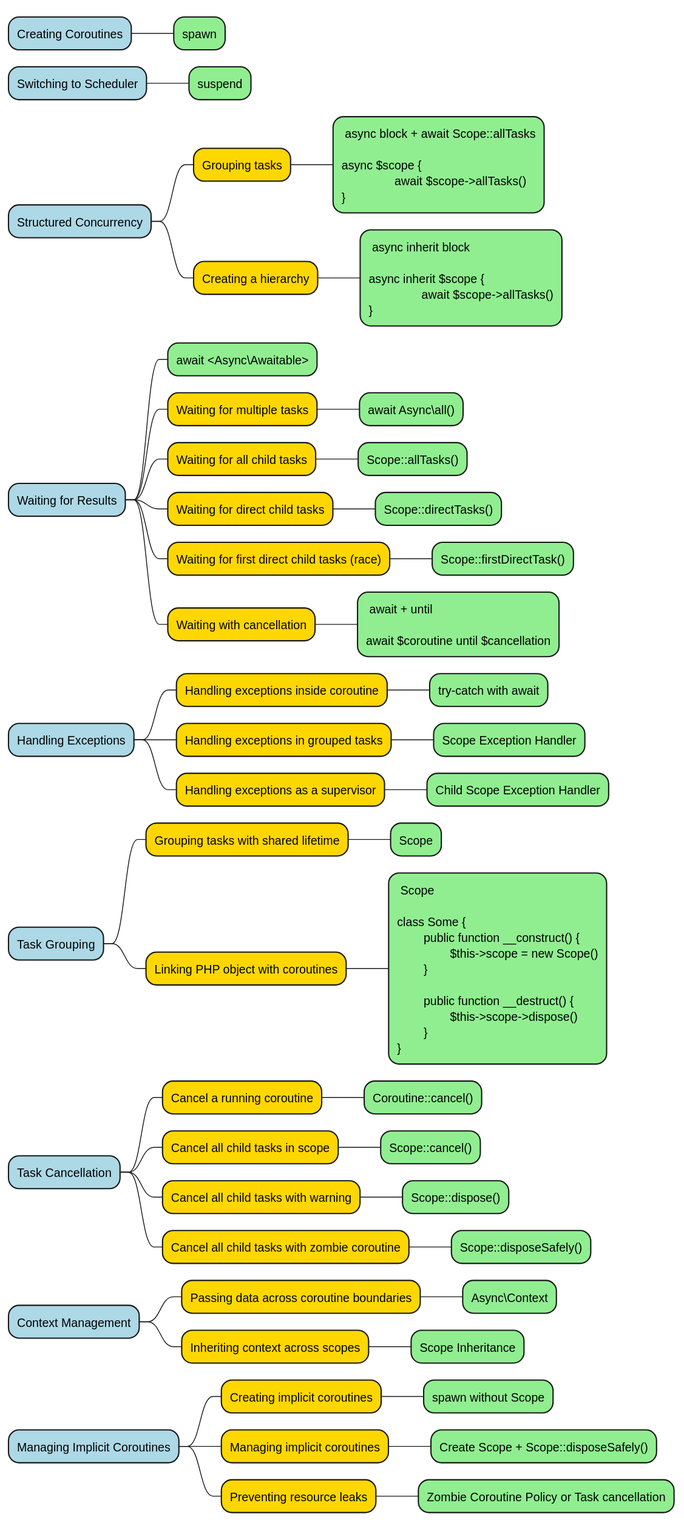
Before: diagrams/mind-map.svg, a diagram exported from PlantUML (true-async/php-true-async-rfc).
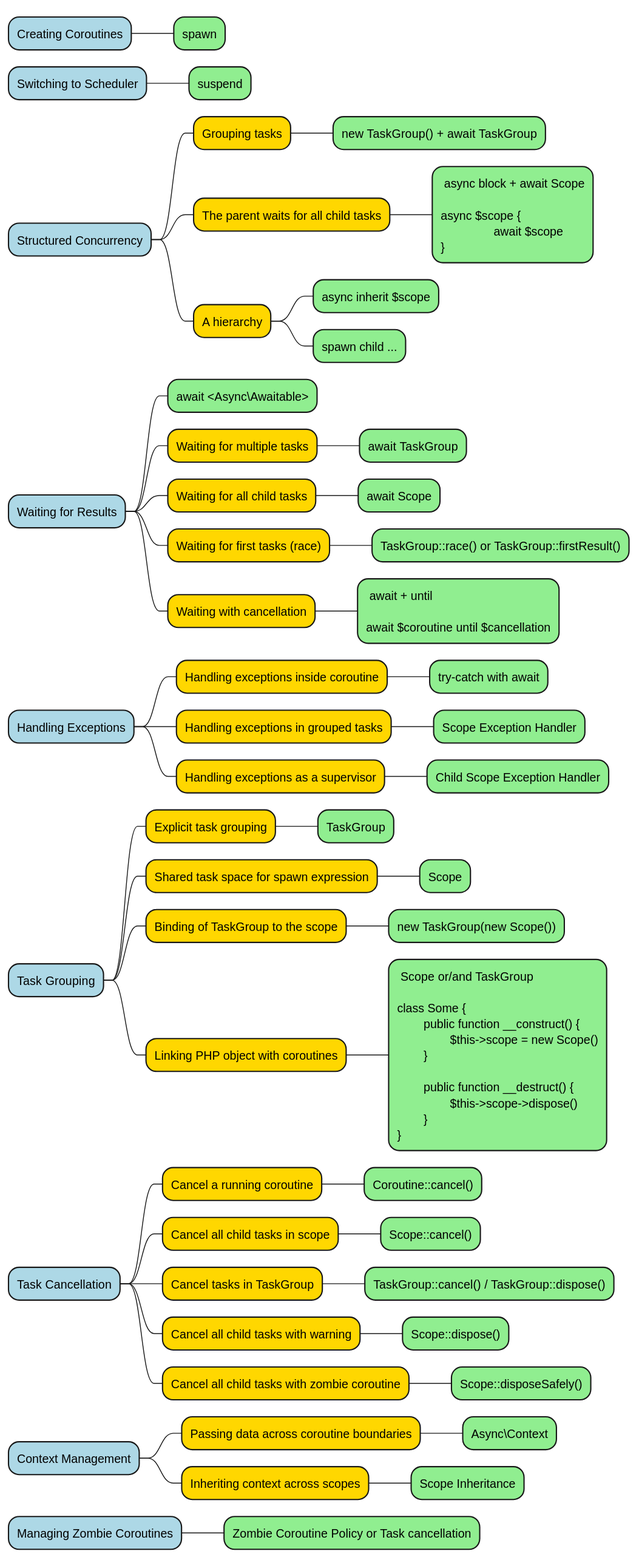
The same file after the commit.

Commit message:
Update mind-map.puml and mind-map.svg to enhance TaskGroup usage; clarify task grouping and hierarchy concepts

Change to the diagram source:
```diff
@@ -5,27 +5,24 @@
 **[#lightgreen] suspend
 *[#lightblue] Structured Concurrency
 **[#FFD700] Grouping tasks
-***[#lightgreen]: async block + await Scope::allTasks
+***[#lightgreen] new TaskGroup() + await TaskGroup
+**[#FFD700] The parent waits for all child tasks
+***[#lightgreen]: async block + await Scope
 
 async $scope {
-		await $scope->allTasks()
+		await $scope
 };
-**[#FFD700] Creating a hierarchy
-***[#lightgreen]: async inherit block
-
-async inherit $scope {
-		await $scope->allTasks()
-};
+**[#FFD700] A hierarchy
+***[#lightgreen] async inherit $scope
+***[#lightgreen] spawn child ...
 *[#lightblue] Waiting for Results
 **[#lightgreen] await <Async\Awaitable>
 **[#FFD700] Waiting for multiple tasks
-***[#lightgreen] await Async\all()
+***[#lightgreen] await TaskGroup
 **[#FFD700] Waiting for all child tasks
-***[#lightgreen] Scope::allTasks()
-**[#FFD700] Waiting for direct child tasks
-***[#lightgreen] Scope::directTasks()
-**[#FFD700] Waiting for first direct child tasks (race)
-***[#lightgreen] Scope::firstDirectTask()
+***[#lightgreen] await Scope
+**[#FFD700] Waiting for first tasks (race)
+***[#lightgreen] TaskGroup::race() or TaskGroup::firstResult()
 **[#FFD700] Waiting with cancellation
 ***[#lightgreen]: await + until
 
@@ -38,10 +35,14 @@
 **[#FFD700] Handling exceptions as a supervisor
 ***[#lightgreen] Child Scope Exception Handler
 *[#lightblue] Task Grouping
-**[#FFD700] Grouping tasks with shared lifetime
+**[#FFD700] Explicit task grouping
+***[#lightgreen] TaskGroup
+**[#FFD700] Shared task space for spawn expression
 ***[#lightgreen] Scope
+**[#FFD700] Binding of TaskGroup to the scope
+***[#lightgreen] new TaskGroup(new Scope())
 **[#FFD700] Linking PHP object with coroutines
-***[#lightgreen]: Scope
+***[#lightgreen]: Scope or/and TaskGroup
 
 class Some {
 	public function __construct() {
@@ -57,6 +58,8 @@
 ***[#lightgreen] Coroutine::cancel()
 **[#FFD700] Cancel all child tasks in scope
 ***[#lightgreen] Scope::cancel()
+**[#FFD700] Cancel tasks in TaskGroup
+***[#lightgreen] TaskGroup::cancel() / TaskGroup::dispose()
 **[#FFD700] Cancel all child tasks with warning
 ***[#lightgreen] Scope::dispose()
 **[#FFD700] Cancel all child tasks with zombie coroutine
@@ -66,11 +69,6 @@
 ***[#lightgreen] Async\Context
 **[#FFD700] Inheriting context across scopes
 ***[#lightgreen] Scope Inheritance
-*[#lightblue] Managing Implicit Coroutines
-**[#FFD700] Creating implicit coroutines
-***[#lightgreen] spawn without Scope
-**[#FFD700] Managing implicit coroutines
-***[#lightgreen] Create Scope + Scope::disposeSafely()
-**[#FFD700] Preventing resource leaks
-***[#lightgreen] Zombie Coroutine Policy or Task cancellation
+*[#lightblue] Managing Zombie Coroutines
+**[#lightgreen] Zombie Coroutine Policy or Task cancellation
 @endmindmap
```
